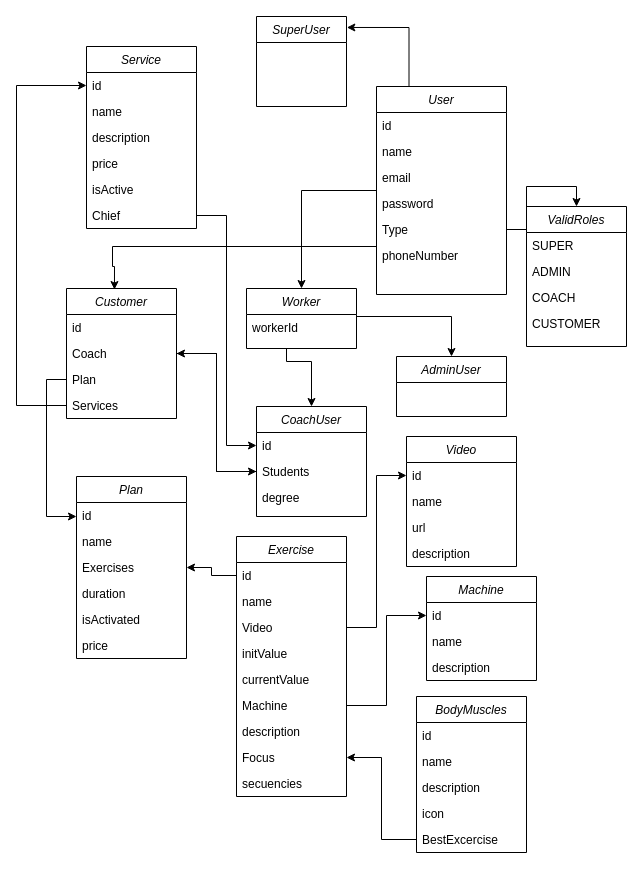
This is domain_diagram.drawio from Chris-AM/gym_maintainer_backend, a draw.io file, before an edit. Source tidied: cells renumbered, new cells numbered last; positions are measured from the earlier drawing's top-left corner, leaving out a move shared by most shapes. Both pictures are drawn from the tidied source at 100%, with x=0, y=0 at pixel (16, 16).
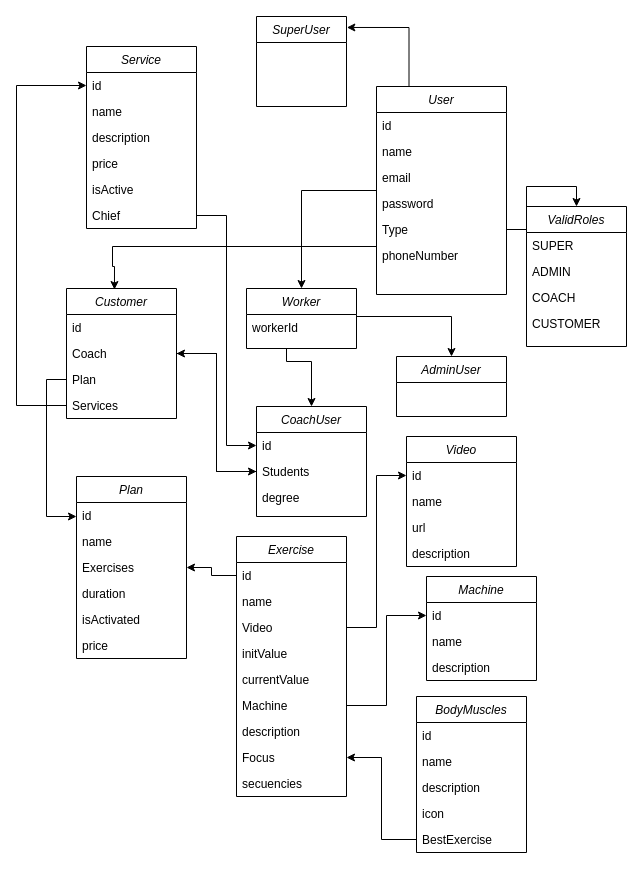
The same diagram, later.

Unchanged cells that the change refers to:
```xml
<mxCell id="70" value="BodyMuscles" style="swimlane;fontStyle=2;align=center;verticalAlign=top;horizontal=1;startSize=26;rounded=0;shadow=0;strokeWidth=1;" parent="1" vertex="1">
  <mxGeometry x="400" y="680" width="110" height="156" as="geometry" />
</mxCell>
```

What changed in the source:
```diff
@@
-    <mxCell id="75" value="BestExcercise" style="text;align=left;verticalAlign=top;spacingLeft=4;spacingRight=4;overflow=hidden;points=[[0,0.5],[1,0.5]];portConstraint=eastwest;rounded=0;shadow=0;html=0;" parent="70" vertex="1">
+    <mxCell id="75" value="BestExercise" style="text;align=left;verticalAlign=top;spacingLeft=4;spacingRight=4;overflow=hidden;points=[[0,0.5],[1,0.5]];portConstraint=eastwest;rounded=0;shadow=0;html=0;" parent="70" vertex="1">
       <mxGeometry y="130" width="110" height="26" as="geometry" />
     </mxCell>
```
